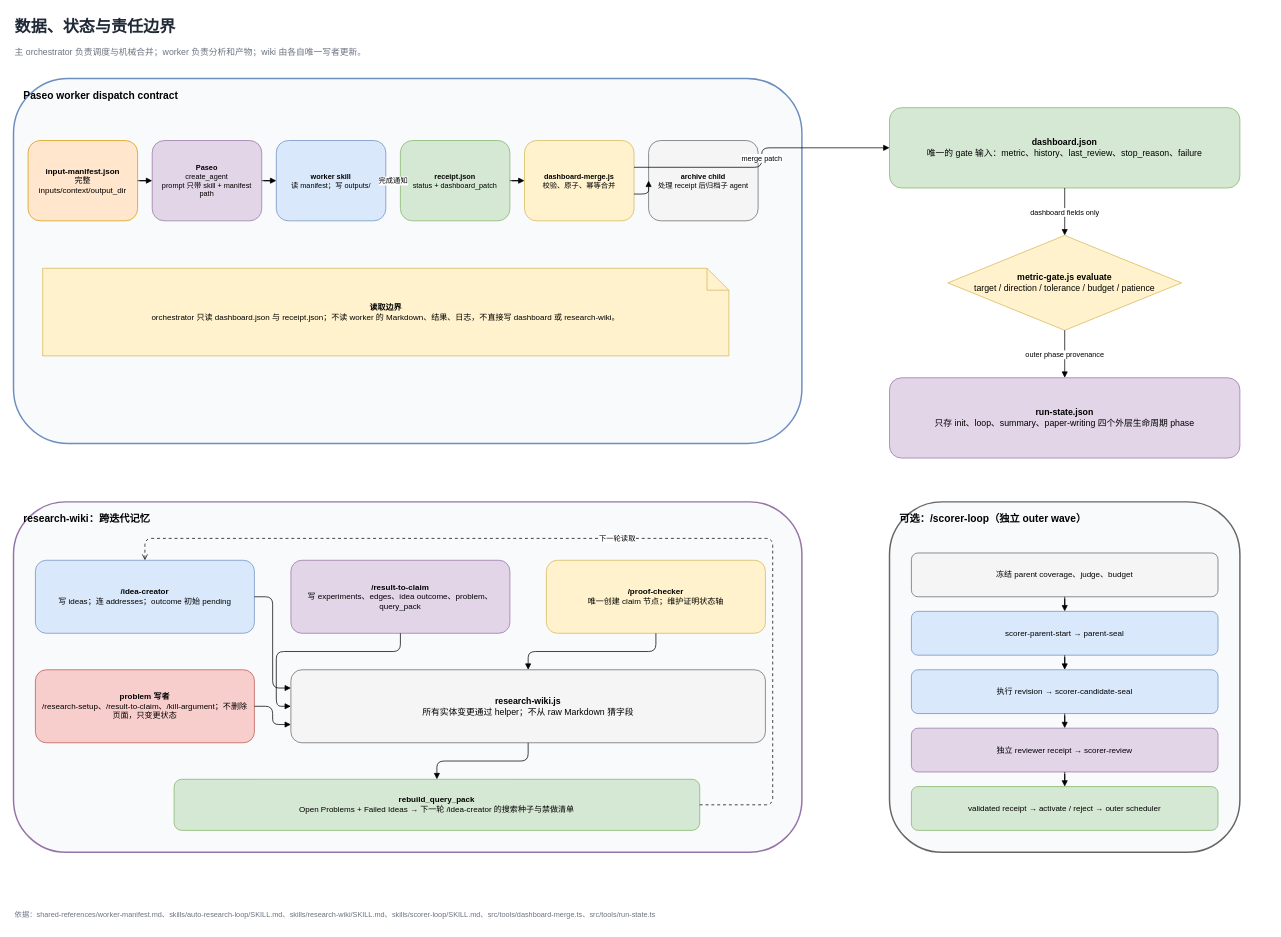
justforyou16007/paseo keeps this draw.io diagram as page "04 Worker、状态与 research-wiki" (5 of 6) of packages/Auto-claude-code-research-in-sleep/docs/auto-research-loop-and-skills-flow.drawio. Above is the earlier version. Source tidied: cells renumbered, new cells numbered last; positions are measured from the earlier drawing's top-left corner, leaving out a move shared by most shapes. Both pictures are drawn from the tidied source at 73%, with x=0, y=0 at pixel (13, 12).
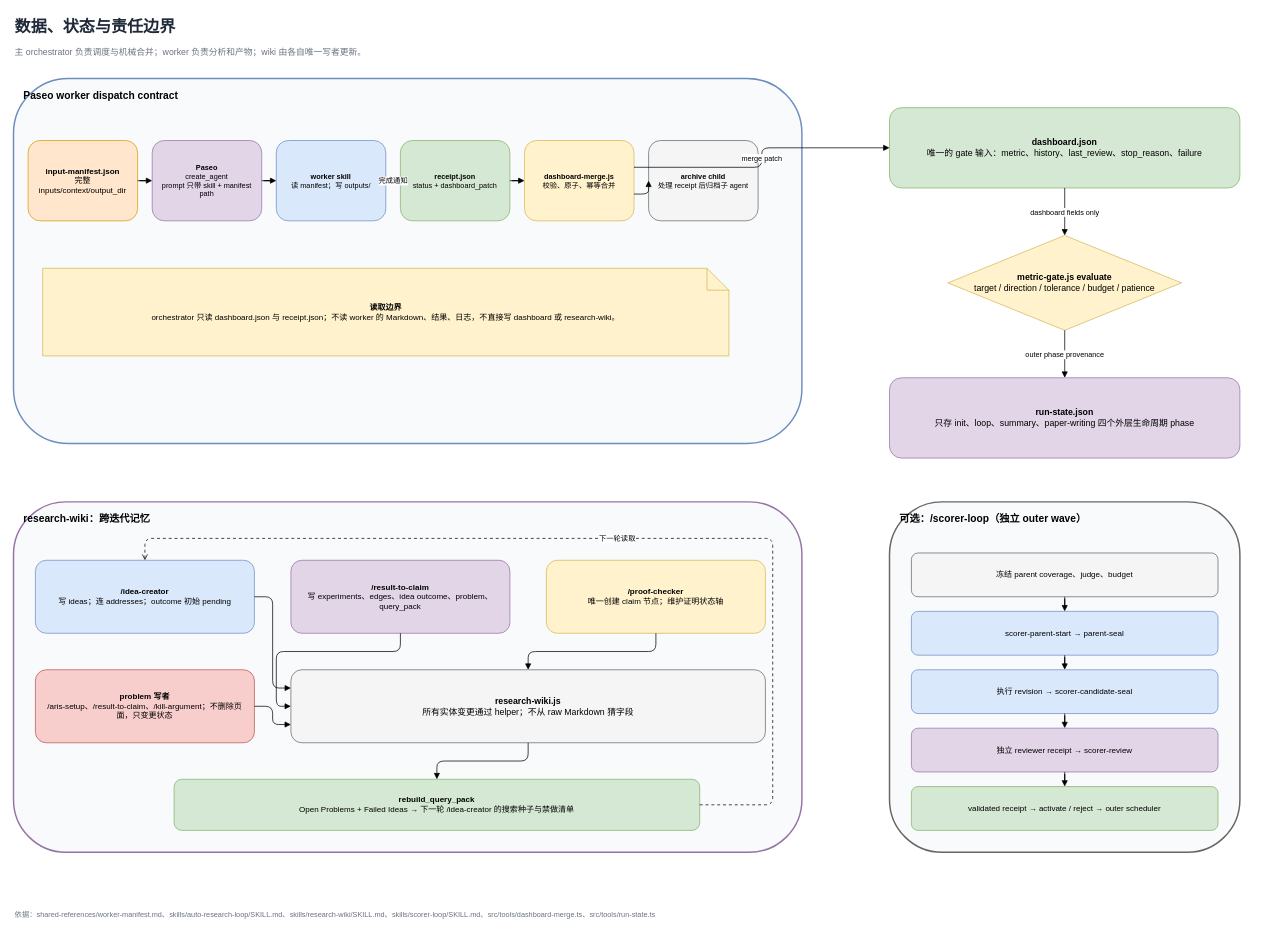
The same page after the edit.

The change refers to these unchanged cells:
```xml
<mxCell id="15" value="&lt;b&gt;research-wiki：跨迭代记忆&lt;/b&gt;" style="rounded=1;whiteSpace=wrap;html=1;fillColor=#f8fafc;strokeColor=#9673a6;strokeWidth=2;verticalAlign=top;align=left;spacingTop=8;spacingLeft=12;fontSize=14;" parent="1" vertex="1">
  <mxGeometry y="670" width="1080" height="480" as="geometry" />
</mxCell>
```

The edit, as a diff of the source:
```diff
@@
-    <mxCell id="19" value="&lt;b&gt;problem 写者&lt;/b&gt;&lt;br&gt;/research-setup、/result-to-claim、/kill-argument；不删除页面，只变更状态" style="rounded=1;whiteSpace=wrap;html=1;fillColor=#f8cecc;strokeColor=#b85450;fontSize=11;spacing=7;" parent="15" vertex="1">
+    <mxCell id="19" value="&lt;b&gt;problem 写者&lt;/b&gt;&lt;br&gt;/aris-setup、/result-to-claim、/kill-argument；不删除页面，只变更状态" style="rounded=1;whiteSpace=wrap;html=1;fillColor=#f8cecc;strokeColor=#b85450;fontSize=11;spacing=7;" parent="15" vertex="1">
       <mxGeometry x="30" y="230" width="300" height="100" as="geometry" />
     </mxCell>
```
